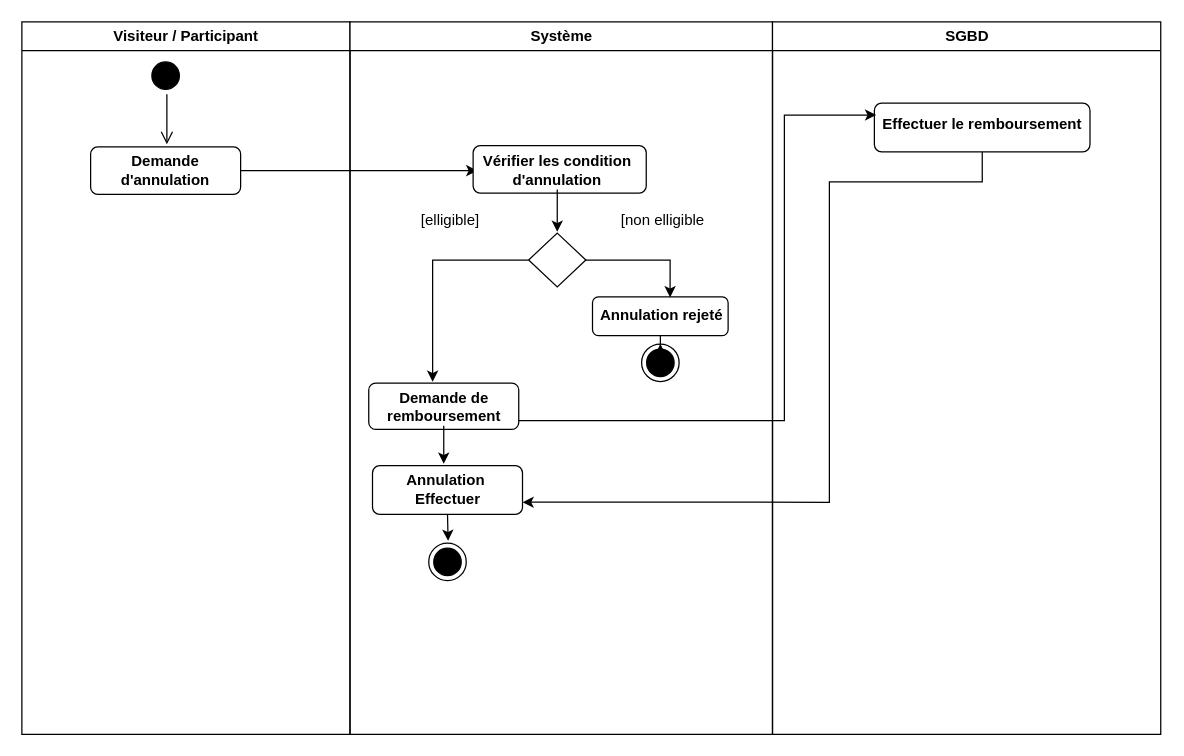
Earlier version of the draw.io diagram act4.drawio (louis-fresnel99/TpGasaL1). Source tidied: cells renumbered, new cells numbered last; positions are measured from the earlier drawing's top-left corner, leaving out a move shared by most shapes. Both pictures are drawn from the tidied source at 125%, with x=0, y=0 at pixel (21, 21).
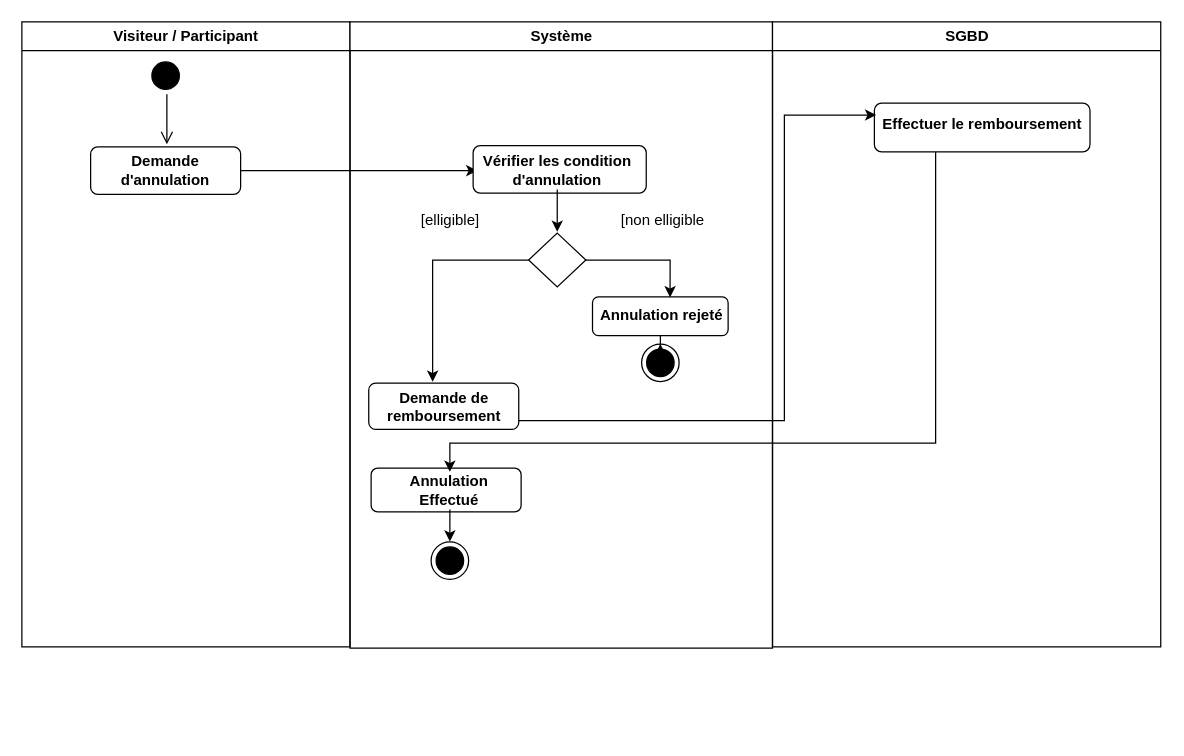
The same page after the edit.

Commit message (it also covers changes not shown here):
Mettre à jour act4.drawio

The change refers to these unchanged cells:
```xml
<mxCell id="21" value="&lt;b&gt;Demande de remboursement&lt;/b&gt;" style="text;html=1;align=center;verticalAlign=middle;whiteSpace=wrap;rounded=0;" parent="8" vertex="1">
  <mxGeometry x="20" y="293" width="110" height="30" as="geometry" />
</mxCell>
<mxCell id="27" style="rounded=1;whiteSpace=wrap;html=1;" parent="26" vertex="1">
  <mxGeometry x="81.5" y="65" width="172.5" height="39" as="geometry" />
</mxCell>
```

Change to the diagram source:
```diff
@@
     <mxCell id="2" value="Visiteur / Participant" style="swimlane;whiteSpace=wrap;" parent="1" vertex="1">
-      <mxGeometry width="262.5" height="570" as="geometry" />
+      <mxGeometry width="262.5" height="500" as="geometry" />
     </mxCell>
@@
     <mxCell id="8" value="Système" style="swimlane;whiteSpace=wrap;" parent="1" vertex="1">
-      <mxGeometry x="262.5" width="338" height="570" as="geometry" />
+      <mxGeometry x="262.5" width="338" height="501" as="geometry" />
     </mxCell>
@@
-    <mxCell id="20" style="edgeStyle=orthogonalEdgeStyle;rounded=0;jettySize=auto;html=1;" parent="8" edge="1" source="21">
-      <mxGeometry relative="1" as="geometry">
-        <mxPoint x="75" y="353.5" as="targetPoint" />
-      </mxGeometry>
-    </mxCell>
@@
-    <mxCell id="22" style="edgeStyle=orthogonalEdgeStyle;rounded=0;jettySize=auto;html=1;exitX=0.5;exitY=1;exitDx=0;exitDy=0;" parent="8" edge="1" source="23">
-      <mxGeometry relative="1" as="geometry">
-        <mxPoint x="78.5" y="415.2" as="targetPoint" />
-      </mxGeometry>
-    </mxCell>
-    <mxCell id="23" style="rounded=1;whiteSpace=wrap;html=1;" parent="8" vertex="1">
-      <mxGeometry x="18" y="355" width="120" height="39" as="geometry" />
-    </mxCell>
-    <mxCell id="24" value="&lt;b&gt;Annulation&amp;nbsp;&lt;/b&gt;&lt;div&gt;&lt;b&gt;Effectuer&lt;/b&gt;&lt;/div&gt;" style="text;html=1;align=center;verticalAlign=middle;whiteSpace=wrap;rounded=0;" parent="8" vertex="1">
-      <mxGeometry x="23" y="359" width="110" height="30" as="geometry" />
-    </mxCell>
-    <mxCell id="25" style="ellipse;html=1;shape=endState;fillColor=#000000;strokeColor=#000000;" parent="8" vertex="1">
-      <mxGeometry x="63" y="417" width="30" height="30" as="geometry" />
-    </mxCell>
+    <mxCell id="33" style="rounded=1;whiteSpace=wrap;html=1;" parent="8" vertex="1">
+      <mxGeometry x="16.9" y="357" width="120" height="35" as="geometry" />
+    </mxCell>
+    <mxCell id="34" style="edgeStyle=orthogonalEdgeStyle;rounded=0;jettySize=auto;html=1;" parent="8" edge="1" source="35">
+      <mxGeometry relative="1" as="geometry">
+        <mxPoint x="79.9" y="415.7" as="targetPoint" />
+      </mxGeometry>
+    </mxCell>
+    <mxCell id="35" value="&lt;b&gt;Annulation Effectué&lt;/b&gt;" style="text;html=1;align=center;verticalAlign=middle;whiteSpace=wrap;rounded=0;" parent="8" vertex="1">
+      <mxGeometry x="24.9" y="360" width="110" height="30" as="geometry" />
+    </mxCell>
+    <mxCell id="36" style="ellipse;html=1;shape=endState;fillColor=#000000;strokeColor=#000000;" parent="8" vertex="1">
+      <mxGeometry x="64.9" y="416" width="30" height="30" as="geometry" />
+    </mxCell>
     <mxCell id="26" value="SGBD" style="swimlane;whiteSpace=wrap;" parent="1" vertex="1">
-      <mxGeometry x="600.5" width="310.6" height="570" as="geometry" />
+      <mxGeometry x="600.5" width="310.6" height="500" as="geometry" />
     </mxCell>
@@
-    <mxCell id="30" style="edgeStyle=orthogonalEdgeStyle;rounded=0;jettySize=auto;html=1;entryX=1;entryY=0.75;entryDx=0;entryDy=0;" parent="1" edge="1" source="27" target="23">
-      <mxGeometry relative="1" as="geometry">
-        <Array as="points">
-          <mxPoint x="768" y="128" />
-          <mxPoint x="646" y="128" />
-          <mxPoint x="646" y="384" />
-        </Array>
-      </mxGeometry>
-    </mxCell>
@@
+    <mxCell id="37" style="edgeStyle=orthogonalEdgeStyle;rounded=0;jettySize=auto;html=1;entryX=0.5;entryY=0;entryDx=0;entryDy=0;" parent="1" edge="1" source="27" target="35">
+      <mxGeometry relative="1" as="geometry">
+        <Array as="points">
+          <mxPoint x="731" y="337" />
+          <mxPoint x="342" y="337" />
+        </Array>
+      </mxGeometry>
+    </mxCell>
```
